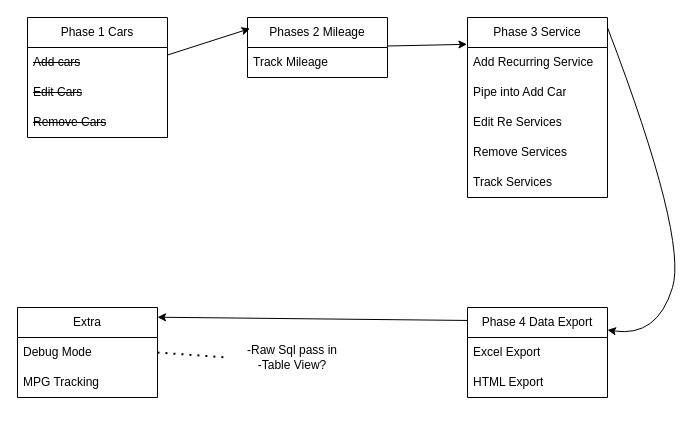
The draw.io diagram BluePrint/Phases.drawio in Danny-Erikson/MileageSnake, before the edit. Source tidied: cells renumbered, new cells numbered last; positions are measured from the earlier drawing's top-left corner, leaving out a move shared by most shapes. Both pictures are drawn from the tidied source at 100%, with x=0, y=0 at pixel (17, 17).
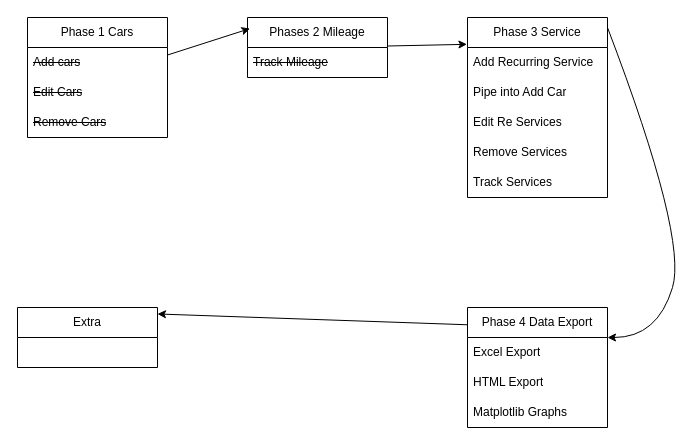
The same page after the edit.

The change refers to these unchanged cells:
```xml
<mxCell id="6" value="Phases 2 Mileage" style="swimlane;fontStyle=0;horizontal=1;startSize=30;whiteSpace=wrap;html=1;" parent="1" vertex="1">
  <mxGeometry x="230" width="140" height="60" as="geometry" />
</mxCell>
```

Diff of the diagram source:
```diff
@@
-    <mxCell id="7" value="Track Mileage" style="text;strokeColor=none;fillColor=none;align=left;verticalAlign=middle;spacingLeft=4;spacingRight=4;overflow=hidden;whiteSpace=wrap;html=1;" parent="6" vertex="1">
+    <mxCell id="7" value="&lt;strike&gt;Track Mileage&lt;/strike&gt;" style="text;strokeColor=none;fillColor=none;align=left;verticalAlign=middle;spacingLeft=4;spacingRight=4;overflow=hidden;whiteSpace=wrap;html=1;" parent="6" vertex="1">
       <mxGeometry y="30" width="140" height="30" as="geometry" />
     </mxCell>
@@
     <mxCell id="16" value="Phase 4 Data Export" style="swimlane;fontStyle=0;horizontal=1;startSize=30;whiteSpace=wrap;html=1;" parent="1" vertex="1">
-      <mxGeometry x="450" y="290" width="140" height="90" as="geometry" />
+      <mxGeometry x="450" y="290" width="140" height="120" as="geometry" />
     </mxCell>
@@
+    <mxCell id="22" value="Matplotlib Graphs" style="text;strokeColor=none;fillColor=none;align=left;verticalAlign=middle;spacingLeft=4;spacingRight=4;overflow=hidden;whiteSpace=wrap;html=1;" parent="16" vertex="1">
+      <mxGeometry y="90" width="140" height="30" as="geometry" />
+    </mxCell>
@@
     <mxCell id="20" value="Extra" style="swimlane;fontStyle=0;horizontal=1;startSize=30;whiteSpace=wrap;html=1;" parent="1" vertex="1">
-      <mxGeometry y="290" width="140" height="90" as="geometry" />
+      <mxGeometry y="290" width="140" height="60" as="geometry" />
     </mxCell>
-    <mxCell id="21" value="Debug Mode" style="text;strokeColor=none;fillColor=none;align=left;verticalAlign=middle;spacingLeft=4;spacingRight=4;overflow=hidden;points=[[0,0.5],[1,0.5]];portConstraint=eastwest;whiteSpace=wrap;html=1;" parent="20" vertex="1">
-      <mxGeometry y="30" width="140" height="30" as="geometry" />
-    </mxCell>
-    <mxCell id="22" value="MPG Tracking" style="text;strokeColor=none;fillColor=none;align=left;verticalAlign=middle;spacingLeft=4;spacingRight=4;overflow=hidden;whiteSpace=wrap;html=1;" parent="20" vertex="1">
-      <mxGeometry y="60" width="140" height="30" as="geometry" />
-    </mxCell>
@@
-    <mxCell id="24" value="-Raw Sql pass in&lt;div&gt;-Table View?&lt;/div&gt;" style="text;html=1;align=center;verticalAlign=middle;whiteSpace=wrap;rounded=0;" parent="1" vertex="1">
-      <mxGeometry x="210" y="320" width="130" height="40" as="geometry" />
-    </mxCell>
-    <mxCell id="25" style="endArrow=none;dashed=1;html=1;dashPattern=1 3;strokeWidth=2;exitX=1;exitY=0.5;exitDx=0;exitDy=0;entryX=0;entryY=0.5;entryDx=0;entryDy=0;" parent="1" edge="1" source="21" target="24">
-      <mxGeometry relative="1" as="geometry" />
-    </mxCell>
```
